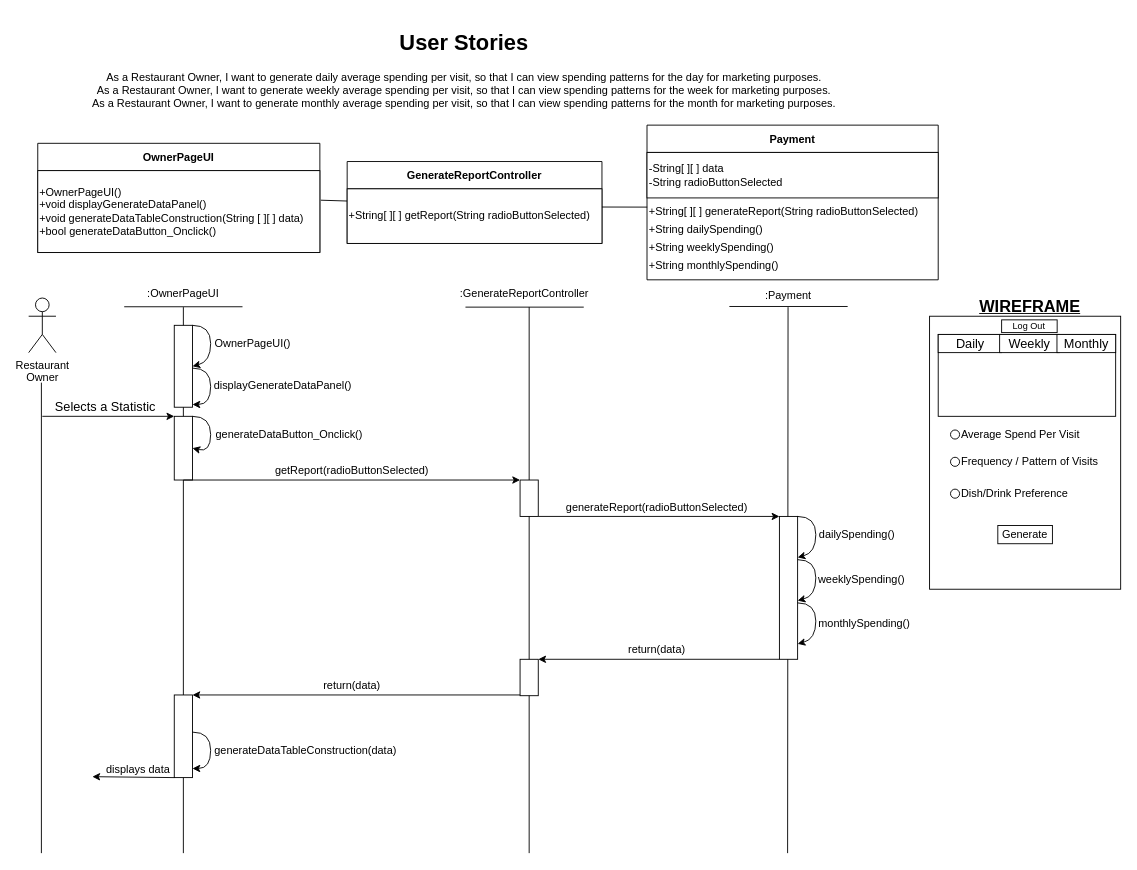
The draw.io diagram BCE_UML_and_Diagrams/RestaurantOwner/RestaurantOwner_AverageSpending_#37_38_39.drawio in extred5700/JAVAGUI-Restaurant-Table-Order-System, before the edit. Source tidied: cells renumbered, new cells numbered last; positions are measured from the earlier drawing's top-left corner, leaving out a move shared by most shapes. Both pictures are drawn from the tidied source at 91%, with x=0, y=0 at pixel (28, 25).
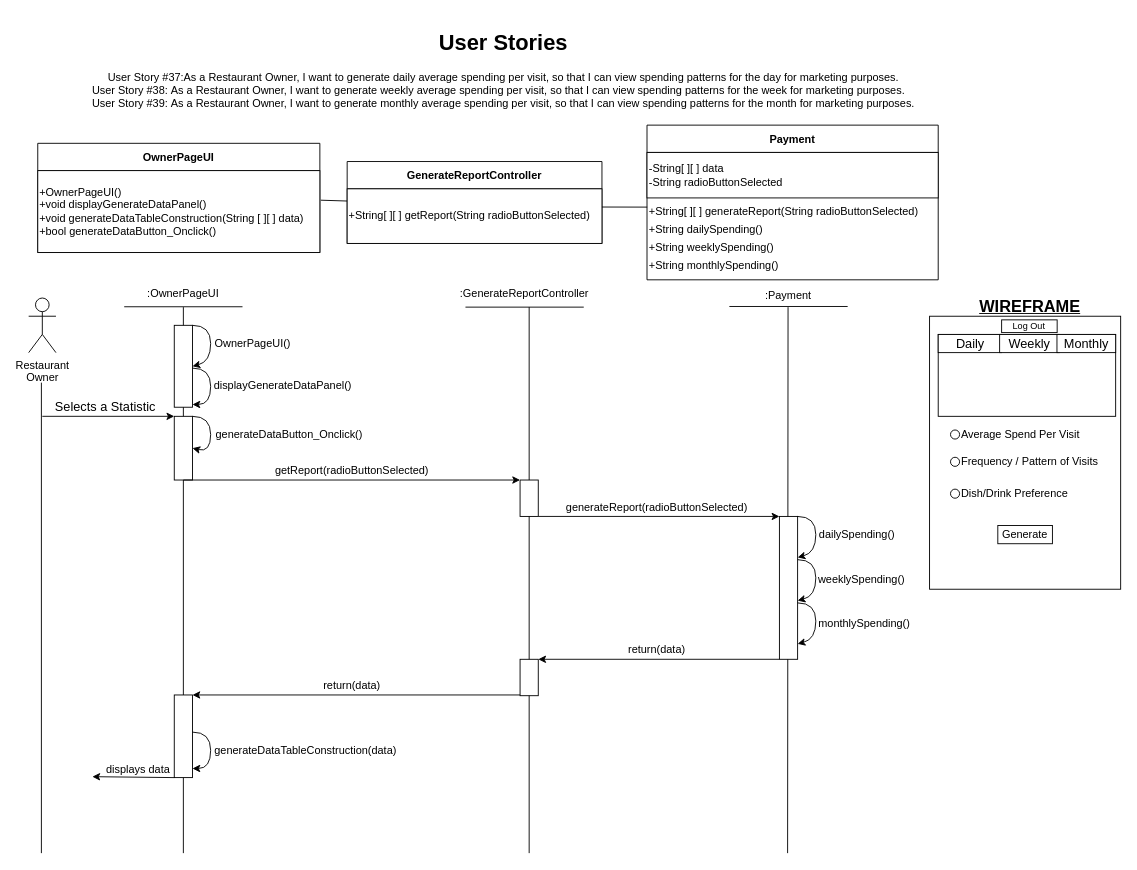
Above is the later version.

Commit message (it also covers changes not shown here):
Update Missing User Story Numbers

Change to the diagram source:
```diff
@@
-    <mxCell id="70" value="&lt;h1 style=&quot;text-align: center&quot;&gt;User Stories&lt;/h1&gt;&lt;div style=&quot;text-align: center&quot;&gt;As a Restaurant Owner, I want to generate daily average spending per visit, so that I can view spending patterns for the day for marketing purposes.&lt;/div&gt;&lt;div style=&quot;text-align: center&quot;&gt;As a Restaurant Owner, I want to generate weekly average spending per visit, so that I can view spending patterns for the week for marketing purposes.&lt;br&gt;&lt;/div&gt;&lt;div style=&quot;text-align: center&quot;&gt;As a Restaurant Owner, I want to generate monthly average spending per visit, so that I can view spending patterns for the month for marketing purposes.&lt;br&gt;&lt;/div&gt;" style="text;html=1;strokeColor=none;fillColor=none;spacing=5;spacingTop=-20;whiteSpace=wrap;overflow=hidden;rounded=0;" parent="1" vertex="1">
+    <mxCell id="70" value="&lt;h1 style=&quot;text-align: center&quot;&gt;User Stories&lt;/h1&gt;&lt;div style=&quot;text-align: center&quot;&gt;User Story #37:As a Restaurant Owner, I want to generate daily average spending per visit, so that I can view spending patterns for the day for marketing purposes.&lt;/div&gt;&lt;span style=&quot;text-align: center;&quot;&gt;User Story #38:&amp;nbsp;&lt;/span&gt;&lt;span style=&quot;text-align: center; background-color: initial;&quot;&gt;As a Restaurant Owner, I want to generate weekly average spending per visit, so that I can view spending patterns for the week for marketing purposes.&lt;/span&gt;&lt;span style=&quot;text-align: center;&quot;&gt;&lt;br&gt;&lt;/span&gt;&lt;span style=&quot;text-align: center;&quot;&gt;User Story #39:&amp;nbsp;&lt;/span&gt;&lt;span style=&quot;text-align: center; background-color: initial;&quot;&gt;As a Restaurant Owner, I want to generate monthly average spending per visit, so that I can view spending patterns for the month for marketing purposes.&lt;/span&gt;&lt;span style=&quot;text-align: center;&quot;&gt;&lt;br&gt;&lt;/span&gt;" style="text;html=1;strokeColor=none;fillColor=none;spacing=5;spacingTop=-20;whiteSpace=wrap;overflow=hidden;rounded=0;" parent="1" vertex="1">
       <mxGeometry x="65" width="970" height="120" as="geometry" />
     </mxCell>
```
